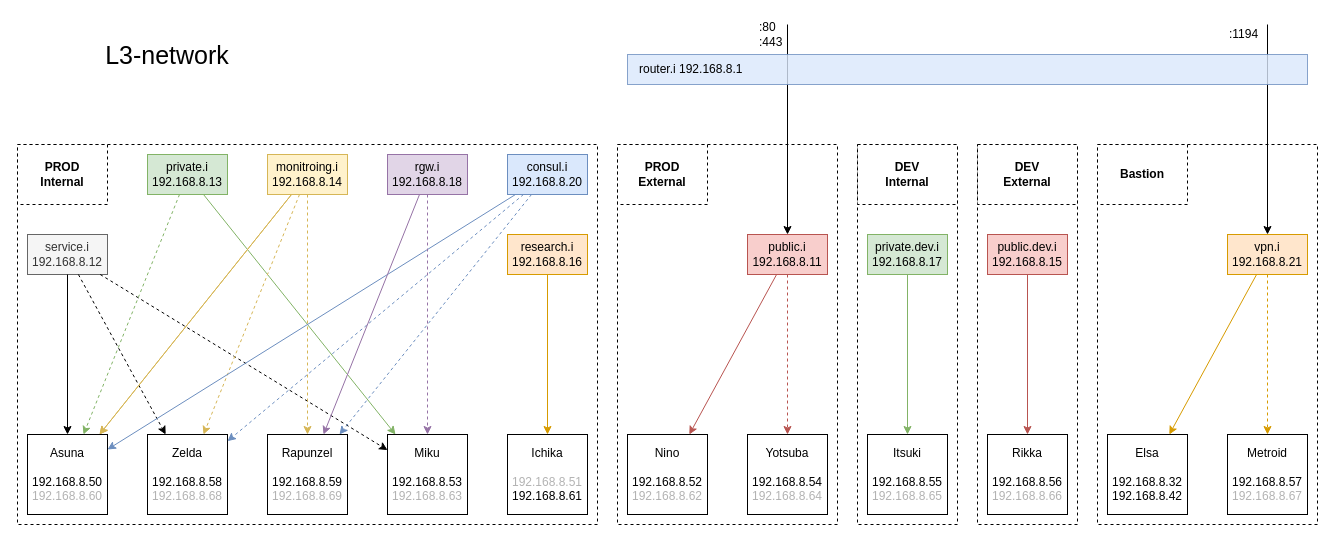
This is page "L3-Net" (3 of 8) of docs/schemes/Argobay-main.drawio from SnipGhost/argobay-ansible, a draw.io file, before an edit. Source tidied: cells renumbered, new cells numbered last; positions are measured from the earlier drawing's top-left corner, leaving out a move shared by most shapes. Both pictures are drawn from the tidied source at 100%, with x=0, y=0 at pixel (17, 24).
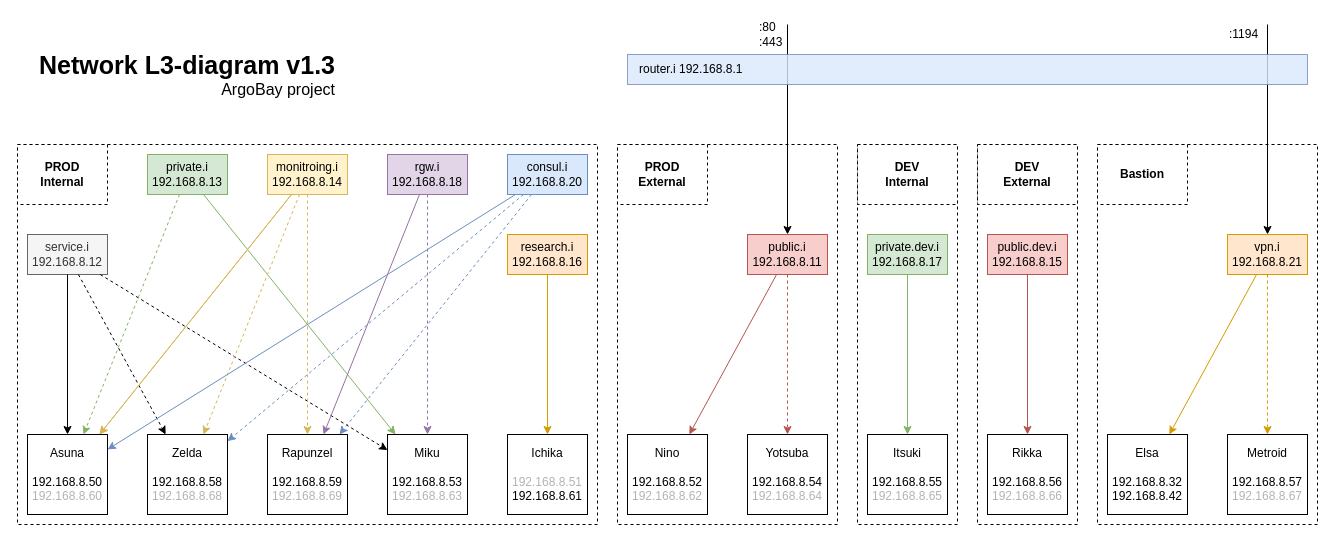
Above is the later version.

Diff of the diagram source:
```diff
@@
-    <mxCell id="56" value="&lt;font style=&quot;font-size: 25px&quot;&gt;L3-network&lt;br&gt;&lt;/font&gt;" style="text;html=1;strokeColor=none;fillColor=none;align=center;verticalAlign=middle;whiteSpace=wrap;rounded=0;dashed=1;opacity=80;" parent="1" vertex="1">
-      <mxGeometry x="50" y="10" width="200" height="40" as="geometry" />
-    </mxCell>
@@
+    <mxCell id="60" value="&lt;span style=&quot;font-size: 25px&quot;&gt;&lt;b&gt;Network L3-diagram v1.3&lt;/b&gt;&lt;/span&gt;&lt;br&gt;&lt;div&gt;&lt;font style=&quot;font-size: 16px&quot;&gt;ArgoBay project&lt;/font&gt;&lt;/div&gt;" style="text;html=1;strokeColor=none;fillColor=none;align=right;verticalAlign=middle;whiteSpace=wrap;rounded=0;dashed=1;" parent="1" vertex="1">
+      <mxGeometry x="10" y="20" width="310" height="60" as="geometry" />
+    </mxCell>
```
